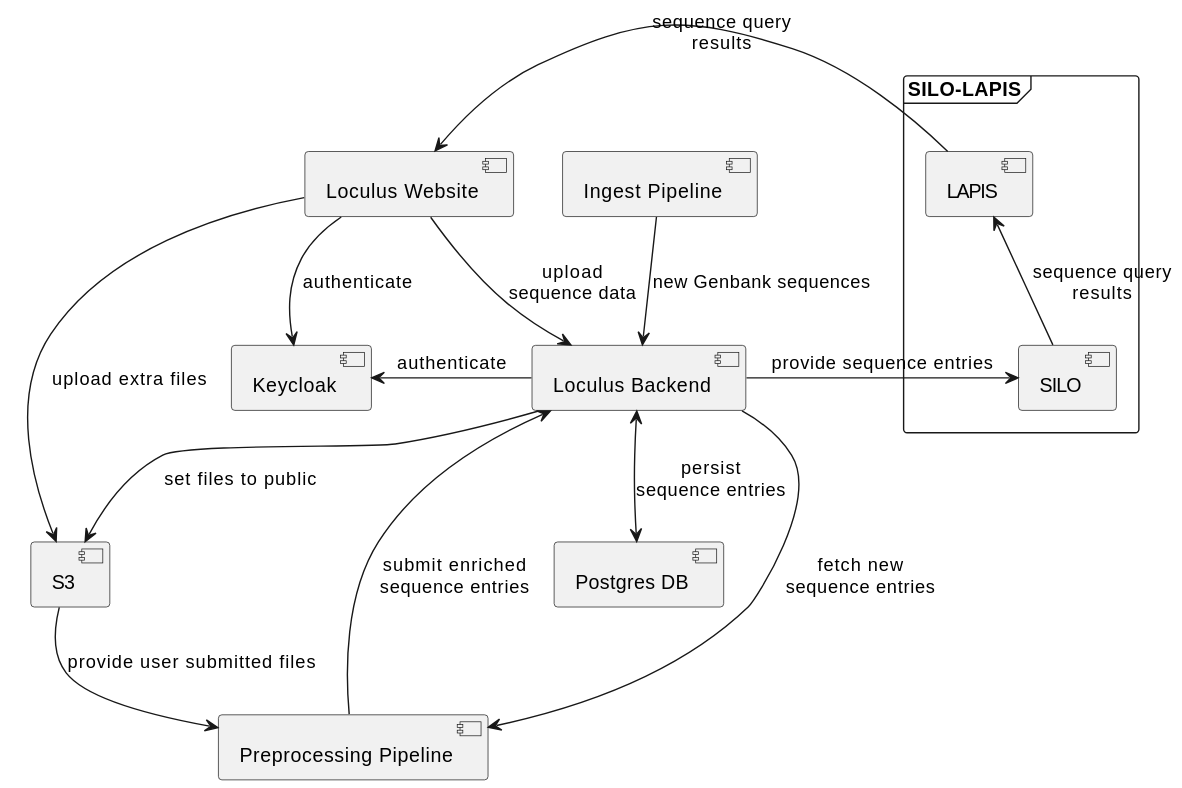
loculus-project/loculus keeps this PlantUML diagram as docs/src/content/docs/introduction/architectureOverview.svg. Above is the earlier version.
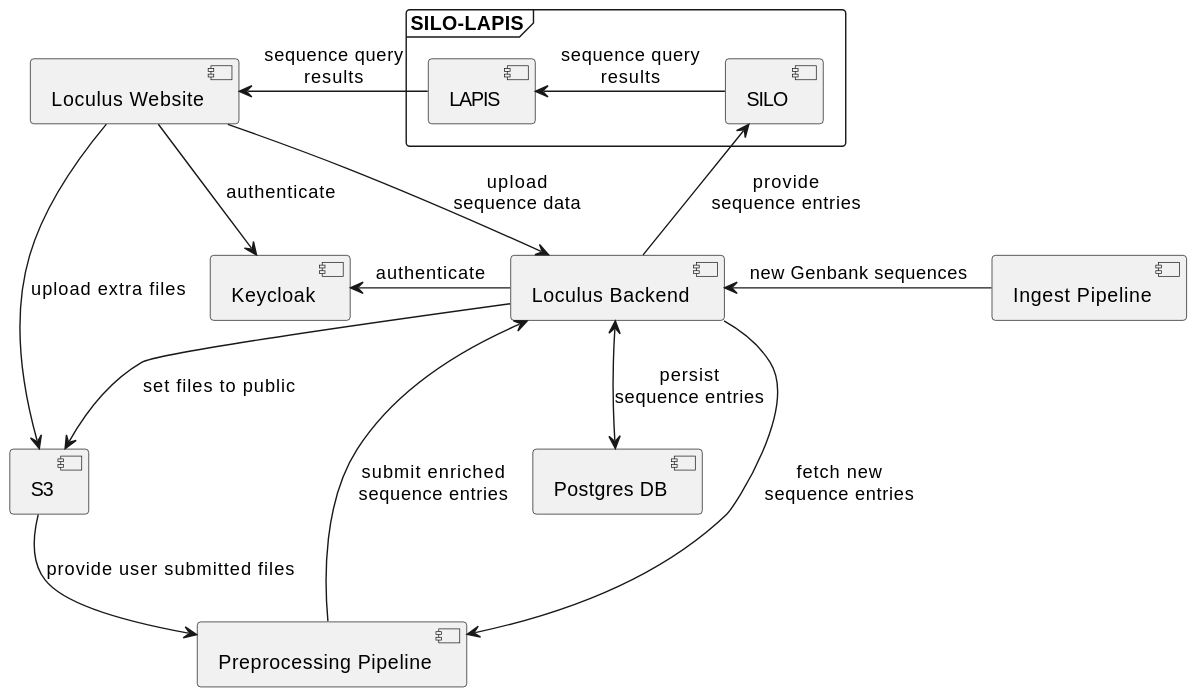
After the commit.

What changed in the source:
```diff
@@ -25,13 +25,13 @@
 Backend --> Preprocessing : fetch new\nsequence entries
 Backend <-- Preprocessing : submit enriched\nsequence entries
 Backend <-down-> Postgres : persist\nsequence entries
-Ingest --> Backend : new Genbank sequences
+Ingest -left-> Backend : new Genbank sequences
 
-Backend -right-> SILO: provide sequence entries
-LAPIS --> Website : sequence query\nresults
-LAPIS <-down- SILO : sequence query\nresults
+Backend -up-> SILO: provide\nsequence entries
+LAPIS -left-> Website : sequence query\nresults
+LAPIS <-right- SILO : sequence query\nresults
 
 Website -> S3: upload extra files
 Backend --> S3: set files to public
-S3 -down-> Preprocessing: provide user submitted files
+S3 --> Preprocessing: provide user submitted files
 @enduml
```
